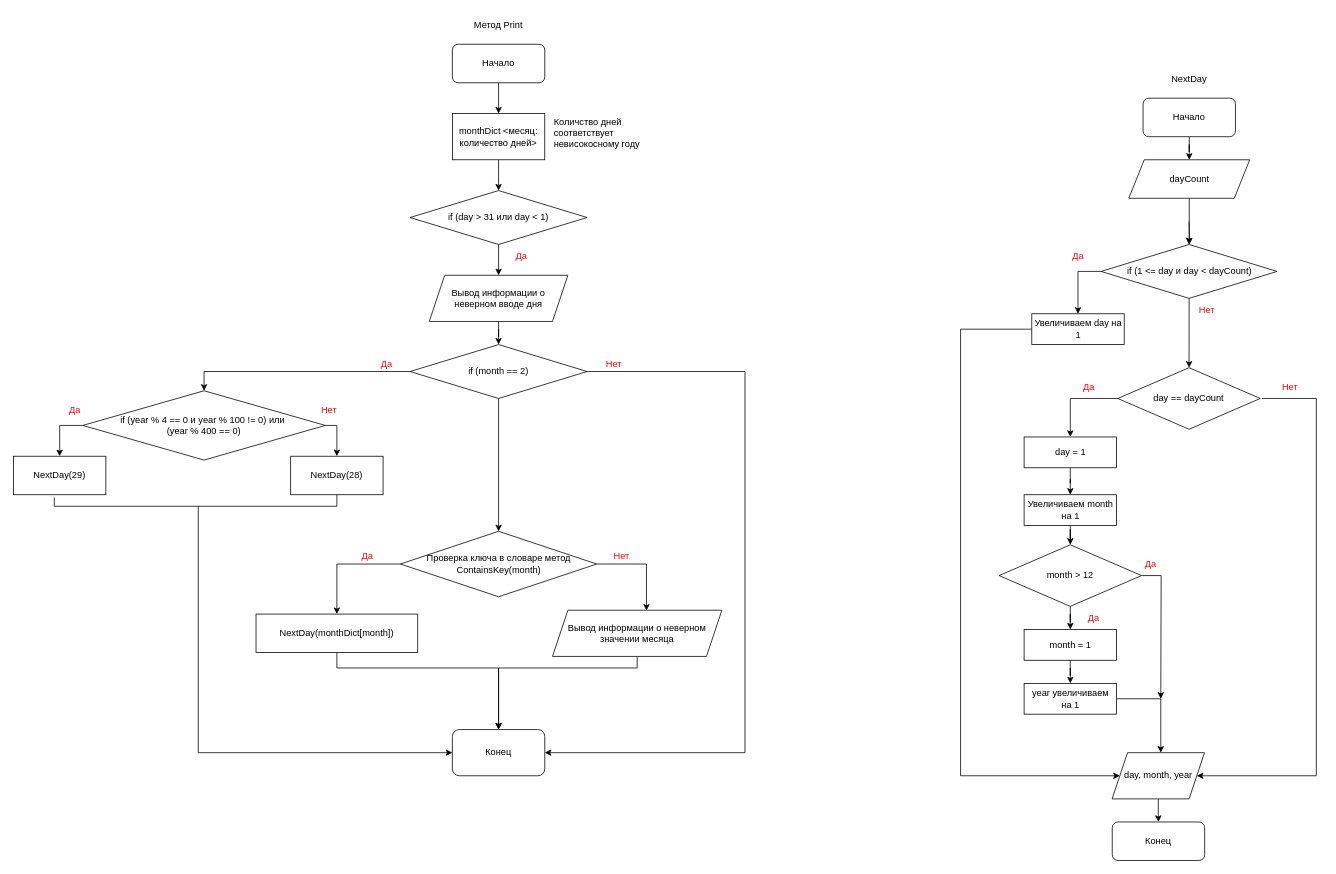
This is page "Structure Date" (1 of 3) of Лаба 7/7 ЛР.drawio from Odzii/Csharp_labs, a draw.io file, before an edit. Source tidied: cells renumbered, new cells numbered last; positions are measured from the earlier drawing's top-left corner, leaving out a move shared by most shapes. Both pictures are drawn from the tidied source at 77%, with x=0, y=0 at pixel (13, 13).
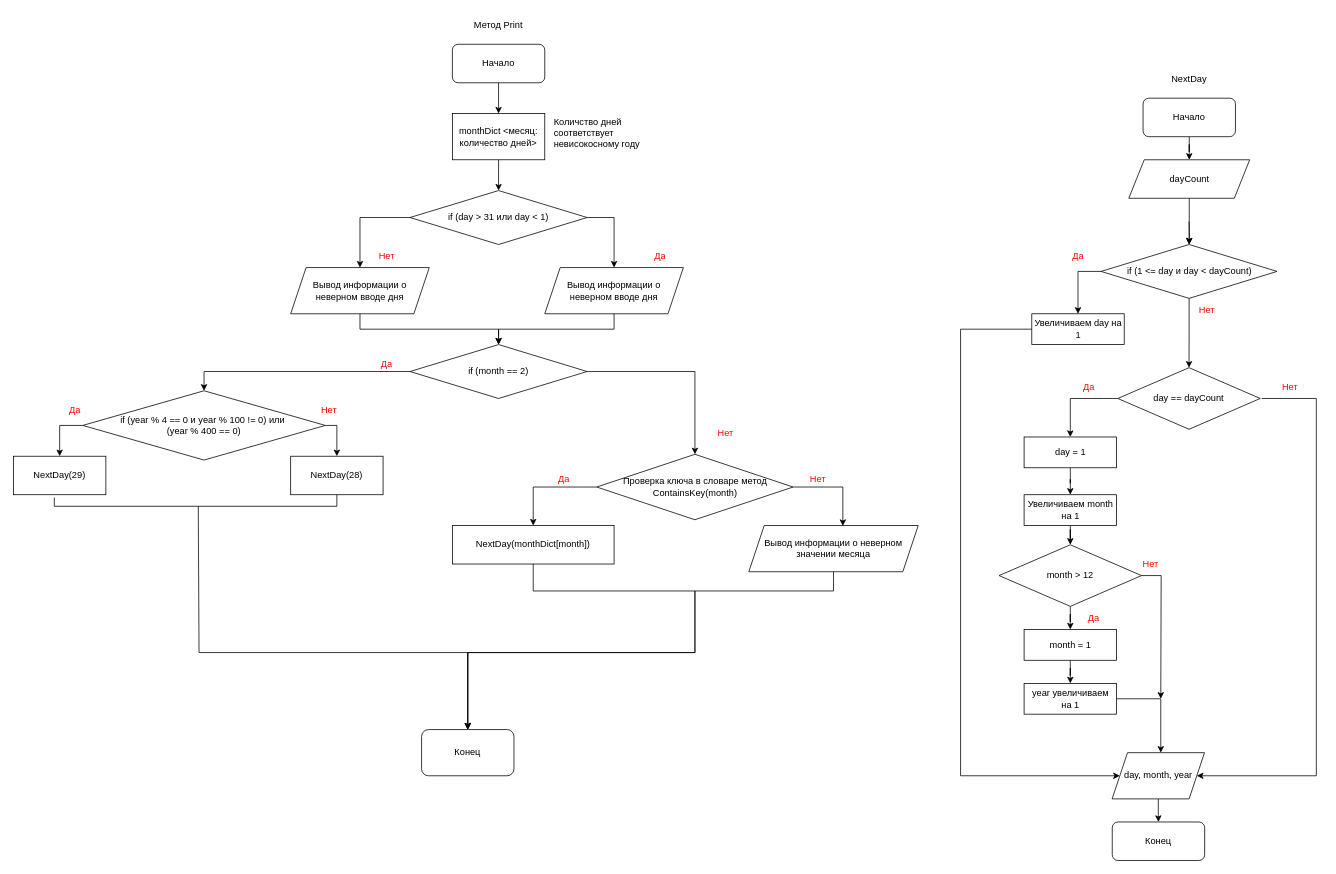
The same diagram, later.

The change refers to these unchanged cells:
```xml
<mxCell id="42" value="if (day &amp;gt; 31 или day &amp;lt; 1)" style="rhombus;whiteSpace=wrap;html=1;" parent="1" vertex="1">
  <mxGeometry x="515" y="230" width="230" height="70" as="geometry" />
</mxCell>
<mxCell id="46" value="if (month == 2)" style="rhombus;whiteSpace=wrap;html=1;" parent="1" vertex="1">
  <mxGeometry x="515" y="430" width="230" height="70" as="geometry" />
</mxCell>
```

Change to the diagram source:
```diff
@@
-    <mxCell id="30" value="Да" style="text;html=1;align=center;verticalAlign=middle;whiteSpace=wrap;rounded=0;fontColor=#FF0606;" parent="1" vertex="1">
+    <mxCell id="30" value="Нет" style="text;html=1;align=center;verticalAlign=middle;whiteSpace=wrap;rounded=0;fontColor=#FF0606;" parent="1" vertex="1">
       <mxGeometry x="1446.8" y="700" width="60" height="30" as="geometry" />
     </mxCell>
@@
-    <mxCell id="41" style="edgeStyle=orthogonalEdgeStyle;rounded=0;jettySize=auto;html=1;" parent="1" edge="1" source="42">
-      <mxGeometry relative="1" as="geometry">
-        <mxPoint x="630" y="340" as="targetPoint" />
-      </mxGeometry>
+    <mxCell id="41" style="edgeStyle=orthogonalEdgeStyle;rounded=0;jettySize=auto;html=1;exitX=1;exitY=0.5;exitDx=0;exitDy=0;entryX=0.5;entryY=0;entryDx=0;entryDy=0;" parent="1" edge="1" source="42" target="51">
+      <mxGeometry relative="1" as="geometry" />
     </mxCell>
+    <mxCell id="72" style="edgeStyle=orthogonalEdgeStyle;rounded=0;jettySize=auto;html=1;entryX=0.5;entryY=0;entryDx=0;entryDy=0;exitX=0;exitY=0.5;exitDx=0;exitDy=0;" parent="1" edge="1" source="42" target="74">
+      <mxGeometry relative="1" as="geometry" />
+    </mxCell>
@@
-    <mxCell id="45" style="edgeStyle=orthogonalEdgeStyle;rounded=0;jettySize=auto;html=1;entryX=1;entryY=0.5;entryDx=0;entryDy=0;" parent="1" edge="1" source="46" target="68">
-      <mxGeometry relative="1" as="geometry">
-        <Array as="points">
-          <mxPoint x="950" y="465" />
-          <mxPoint x="950" y="960" />
-        </Array>
-      </mxGeometry>
-    </mxCell>
@@
     <mxCell id="51" value="Вывод информации о неверном вводе дня" style="shape=parallelogram;perimeter=parallelogramPerimeter;whiteSpace=wrap;html=1;fixedSize=1;" parent="1" vertex="1">
-      <mxGeometry x="540" y="340" width="180" height="60" as="geometry" />
+      <mxGeometry x="690" y="330" width="180" height="60" as="geometry" />
     </mxCell>
+    <mxCell id="73" style="edgeStyle=orthogonalEdgeStyle;rounded=0;jettySize=auto;html=1;entryX=0.5;entryY=0;entryDx=0;entryDy=0;" parent="1" edge="1" source="74" target="46">
+      <mxGeometry relative="1" as="geometry" />
+    </mxCell>
+    <mxCell id="74" value="Вывод информации о неверном вводе дня" style="shape=parallelogram;perimeter=parallelogramPerimeter;whiteSpace=wrap;html=1;fixedSize=1;" parent="1" vertex="1">
+      <mxGeometry x="360" y="330" width="180" height="60" as="geometry" />
+    </mxCell>
@@
     <mxCell id="54" style="edgeStyle=orthogonalEdgeStyle;rounded=0;jettySize=auto;html=1;entryX=0.5;entryY=0;entryDx=0;entryDy=0;" parent="1" edge="1" source="55" target="57">
       <mxGeometry relative="1" as="geometry">
         <Array as="points">
-          <mxPoint x="420" y="715" />
+          <mxPoint x="675" y="615" />
         </Array>
       </mxGeometry>
     </mxCell>
     <mxCell id="55" value="Проверка ключа в словаре метод ContainsKey(month)" style="rhombus;whiteSpace=wrap;html=1;" parent="1" vertex="1">
-      <mxGeometry x="502.5" y="672.5" width="255" height="85" as="geometry" />
+      <mxGeometry x="757.5" y="572.5" width="255" height="85" as="geometry" />
     </mxCell>
     <mxCell id="56" style="edgeStyle=orthogonalEdgeStyle;rounded=0;jettySize=auto;html=1;entryX=0.5;entryY=0;entryDx=0;entryDy=0;" parent="1" edge="1" source="57" target="68">
       <mxGeometry relative="1" as="geometry">
         <Array as="points">
-          <mxPoint x="420" y="850" />
-          <mxPoint x="630" y="850" />
+          <mxPoint x="675" y="750" />
+          <mxPoint x="885" y="750" />
+          <mxPoint x="885" y="830" />
+          <mxPoint x="590" y="830" />
         </Array>
       </mxGeometry>
     </mxCell>
     <mxCell id="57" value="NextDay(monthDict[month])" style="rounded=0;whiteSpace=wrap;html=1;" parent="1" vertex="1">
-      <mxGeometry x="315" y="780" width="210" height="50" as="geometry" />
+      <mxGeometry x="570" y="665" width="210" height="50" as="geometry" />
     </mxCell>
     <mxCell id="58" style="edgeStyle=orthogonalEdgeStyle;rounded=0;jettySize=auto;html=1;entryX=0.5;entryY=0;entryDx=0;entryDy=0;" parent="1" edge="1" source="59" target="68">
       <mxGeometry relative="1" as="geometry">
         <Array as="points">
-          <mxPoint x="810" y="850" />
-          <mxPoint x="630" y="850" />
+          <mxPoint x="1065" y="750" />
+          <mxPoint x="885" y="750" />
+          <mxPoint x="885" y="830" />
+          <mxPoint x="590" y="830" />
         </Array>
       </mxGeometry>
     </mxCell>
     <mxCell id="59" value="Вывод информации о неверном значении месяца" style="shape=parallelogram;perimeter=parallelogramPerimeter;whiteSpace=wrap;html=1;fixedSize=1;" parent="1" vertex="1">
-      <mxGeometry x="700" y="775" width="220" height="60" as="geometry" />
+      <mxGeometry x="955" y="665" width="220" height="60" as="geometry" />
     </mxCell>
     <mxCell id="60" style="edgeStyle=orthogonalEdgeStyle;rounded=0;jettySize=auto;html=1;entryX=0.555;entryY=0.01;entryDx=0;entryDy=0;entryPerimeter=0;" parent="1" edge="1" source="55" target="59">
       <mxGeometry relative="1" as="geometry">
         <Array as="points">
-          <mxPoint x="822" y="715" />
+          <mxPoint x="1077" y="615" />
         </Array>
       </mxGeometry>
     </mxCell>
     <mxCell id="61" value="Нет" style="text;html=1;align=center;verticalAlign=middle;whiteSpace=wrap;rounded=0;fontColor=#FF0606;" parent="1" vertex="1">
-      <mxGeometry x="760" y="690" width="60" height="30" as="geometry" />
+      <mxGeometry x="1015" y="590" width="60" height="30" as="geometry" />
     </mxCell>
@@
     <mxCell id="63" value="Да" style="text;html=1;align=center;verticalAlign=middle;whiteSpace=wrap;rounded=0;fontColor=#FF0606;" parent="1" vertex="1">
-      <mxGeometry x="630" y="300" width="60" height="30" as="geometry" />
+      <mxGeometry x="810" y="300" width="60" height="30" as="geometry" />
     </mxCell>
     <mxCell id="64" value="Да" style="text;html=1;align=center;verticalAlign=middle;whiteSpace=wrap;rounded=0;fontColor=#FF0606;" parent="1" vertex="1">
-      <mxGeometry x="430" y="690" width="60" height="30" as="geometry" />
+      <mxGeometry x="685" y="590" width="60" height="30" as="geometry" />
     </mxCell>
@@
     <mxCell id="68" value="Конец" style="rounded=1;whiteSpace=wrap;html=1;" parent="1" vertex="1">
-      <mxGeometry x="570" y="930" width="120" height="60" as="geometry" />
+      <mxGeometry x="530" y="930" width="120" height="60" as="geometry" />
     </mxCell>
-    <mxCell id="69" style="endArrow=none;html=1;rounded=0;exitX=0;exitY=0.5;exitDx=0;exitDy=0;startArrow=classic;startFill=1;" parent="1" edge="1" source="68">
+    <mxCell id="69" style="endArrow=none;html=1;rounded=0;startArrow=classic;startFill=1;edgeStyle=orthogonalEdgeStyle;" parent="1" edge="1">
       <mxGeometry relative="1" as="geometry">
+        <mxPoint x="590" y="930" as="sourcePoint" />
         <mxPoint x="240" y="640" as="targetPoint" />
         <Array as="points">
-          <mxPoint x="240" y="960" />
+          <mxPoint x="590" y="830" />
+          <mxPoint x="241" y="830" />
+          <mxPoint x="241" y="640" />
         </Array>
       </mxGeometry>
     </mxCell>
     <mxCell id="70" value="Нет" style="text;html=1;align=center;verticalAlign=middle;whiteSpace=wrap;rounded=0;fontColor=#FF0606;" parent="1" vertex="1">
-      <mxGeometry x="750" y="440" width="60" height="30" as="geometry" />
+      <mxGeometry x="895" y="530" width="60" height="30" as="geometry" />
     </mxCell>
@@
+    <mxCell id="75" value="Нет" style="text;html=1;align=center;verticalAlign=middle;whiteSpace=wrap;rounded=0;fontColor=#FF0606;" parent="1" vertex="1">
+      <mxGeometry x="455" y="300" width="60" height="30" as="geometry" />
+    </mxCell>
```
